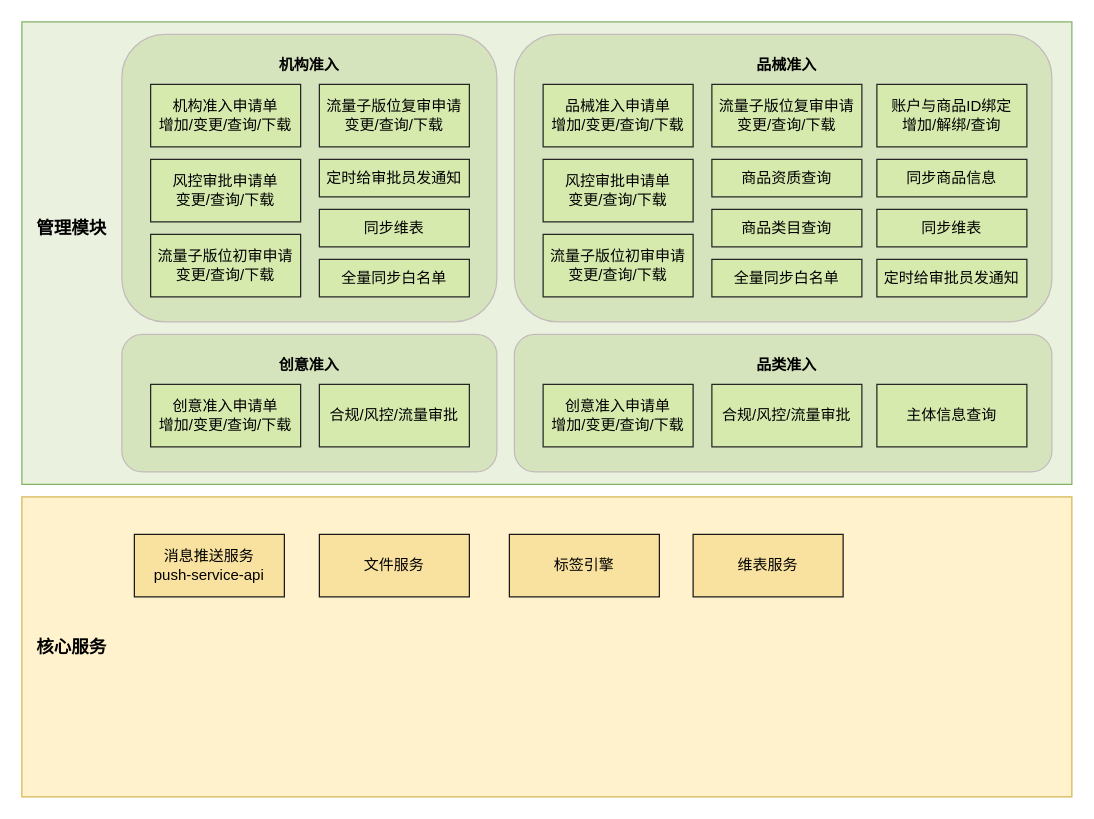
Before: review/准入系统整体架构.drawio in IntronCheng/mydraw, a draw.io diagram. Source tidied: cells renumbered, new cells numbered last; positions are measured from the earlier drawing's top-left corner, leaving out a move shared by most shapes. Both pictures are drawn from the tidied source at 125%, with x=0, y=0 at pixel (21, 21).
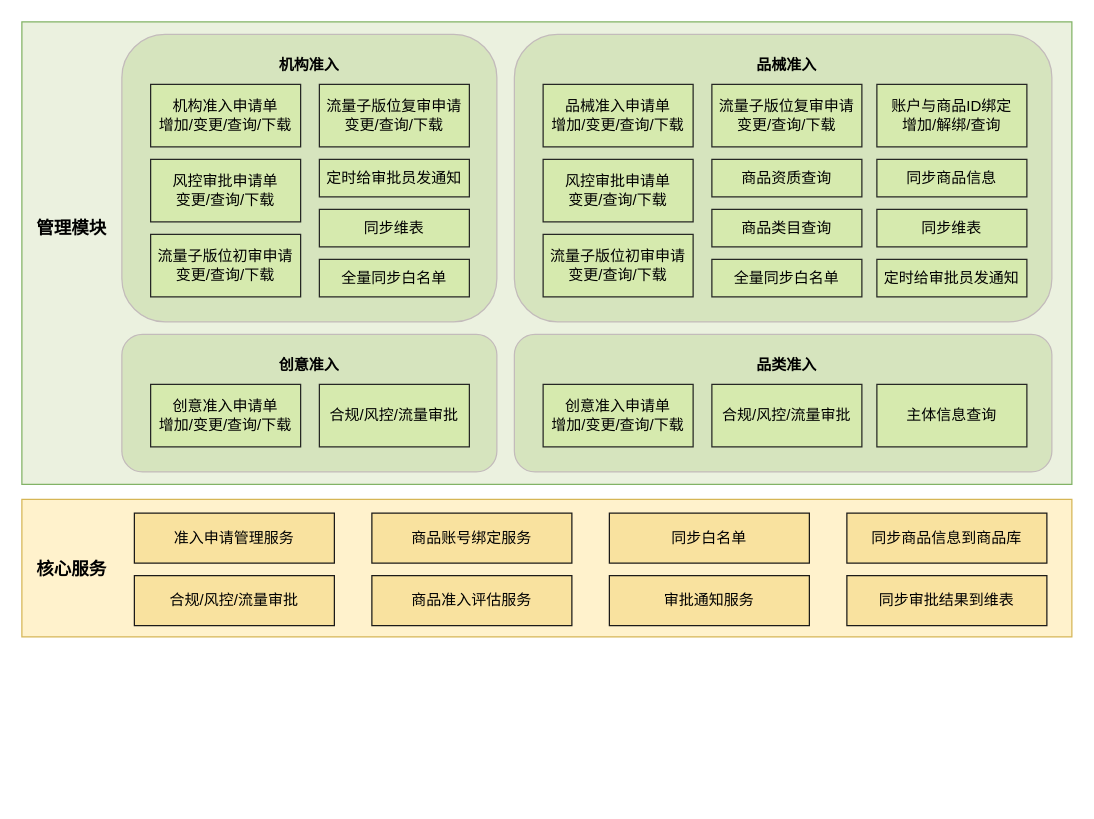
The same page after the edit.

Commit message (it also covers changes not shown here):
更新准入系统整体架构.drawio

What changed in the source:
```diff
@@
     <mxCell id="35" style="rounded=0;whiteSpace=wrap;html=1;fillColor=#fff2cc;strokeColor=#d6b656;" parent="1" vertex="1">
-      <mxGeometry y="380" width="840" height="240" as="geometry" />
+      <mxGeometry y="382" width="840" height="110" as="geometry" />
     </mxCell>
     <mxCell id="36" value="&lt;b&gt;核心服务&lt;/b&gt;" style="text;html=1;strokeColor=none;fillColor=none;align=center;verticalAlign=middle;whiteSpace=wrap;rounded=0;fontSize=14;" parent="1" vertex="1">
-      <mxGeometry x="10" y="485" width="60" height="30" as="geometry" />
+      <mxGeometry x="10" y="423" width="60" height="30" as="geometry" />
     </mxCell>
-    <mxCell id="37" value="消息推送服务&lt;br&gt;&lt;div data-mind-map-text=&quot;[{&amp;quot;paragraphProps&amp;quot;:{&amp;quot;type&amp;quot;:&amp;quot;paragraph&amp;quot;,&amp;quot;textAlign&amp;quot;:0,&amp;quot;lineSpacing&amp;quot;:1.4},&amp;quot;isComplete&amp;quot;:true,&amp;quot;textProps&amp;quot;:[{&amp;quot;type&amp;quot;:&amp;quot;text&amp;quot;,&amp;quot;text&amp;quot;:&amp;quot;push-service-api&amp;quot;,&amp;quot;color&amp;quot;:&amp;quot;#1f1f1f&amp;quot;,&amp;quot;fontWeight&amp;quot;:400,&amp;quot;fontSize&amp;quot;:14,&amp;quot;fontFamily&amp;quot;:&amp;quot;\&amp;quot;Helvetica Neue\&amp;quot;, Helvetica, \&amp;quot;PingFang SC\&amp;quot;, \&amp;quot;Microsoft YaHei\&amp;quot;, \&amp;quot;Source Han Sans SC\&amp;quot;, \&amp;quot;Noto Sans CJK SC\&amp;quot;, \&amp;quot;WenQuanYi Micro Hei\&amp;quot;, sans-serif&amp;quot;,&amp;quot;italic&amp;quot;:false,&amp;quot;underline&amp;quot;:false,&amp;quot;strike&amp;quot;:false}]}]&quot;&gt;push-service-api&lt;/div&gt;" style="rounded=0;whiteSpace=wrap;html=1;fillColor=#f9e29f;strokeColor=#1b1a18;fontStyle=0;" parent="1" vertex="1">
-      <mxGeometry x="90" y="410" width="120" height="50" as="geometry" />
+    <mxCell id="37" value="准入申请管理服务" style="rounded=0;whiteSpace=wrap;html=1;fillColor=#f9e29f;strokeColor=#1b1a18;fontStyle=0;" parent="1" vertex="1">
+      <mxGeometry x="90" y="393" width="160" height="40" as="geometry" />
     </mxCell>
-    <mxCell id="38" value="文件服务" style="rounded=0;whiteSpace=wrap;html=1;fillColor=#f9e29f;strokeColor=#1b1a18;fontStyle=0;" parent="1" vertex="1">
-      <mxGeometry x="238" y="410" width="120" height="50" as="geometry" />
+    <mxCell id="38" value="合规/风控/流量审批" style="rounded=0;whiteSpace=wrap;html=1;fillColor=#f9e29f;strokeColor=#1b1a18;fontStyle=0;" parent="1" vertex="1">
+      <mxGeometry x="90" y="443" width="160" height="40" as="geometry" />
     </mxCell>
-    <mxCell id="39" value="标签引擎" style="rounded=0;whiteSpace=wrap;html=1;fillColor=#f9e29f;strokeColor=#1b1a18;fontStyle=0;" parent="1" vertex="1">
-      <mxGeometry x="390" y="410" width="120" height="50" as="geometry" />
+    <mxCell id="39" value="同步白名单" style="rounded=0;whiteSpace=wrap;html=1;fillColor=#f9e29f;strokeColor=#1b1a18;fontStyle=0;" parent="1" vertex="1">
+      <mxGeometry x="470" y="393" width="160" height="40" as="geometry" />
     </mxCell>
-    <mxCell id="40" value="维表服务" style="rounded=0;whiteSpace=wrap;html=1;fillColor=#f9e29f;strokeColor=#1b1a18;fontStyle=0;" parent="1" vertex="1">
-      <mxGeometry x="537" y="410" width="120" height="50" as="geometry" />
+    <mxCell id="40" value="同步审批结果到维表" style="rounded=0;whiteSpace=wrap;html=1;fillColor=#f9e29f;strokeColor=#1b1a18;fontStyle=0;" parent="1" vertex="1">
+      <mxGeometry x="660" y="443" width="160" height="40" as="geometry" />
     </mxCell>
+    <mxCell id="41" value="审批通知服务" style="rounded=0;whiteSpace=wrap;html=1;fillColor=#f9e29f;strokeColor=#1b1a18;fontStyle=0;" parent="1" vertex="1">
+      <mxGeometry x="470" y="443" width="160" height="40" as="geometry" />
+    </mxCell>
+    <mxCell id="42" value="同步商品信息到商品库" style="rounded=0;whiteSpace=wrap;html=1;fillColor=#f9e29f;strokeColor=#1b1a18;fontStyle=0;" parent="1" vertex="1">
+      <mxGeometry x="660" y="393" width="160" height="40" as="geometry" />
+    </mxCell>
+    <mxCell id="43" value="商品账号绑定服务" style="rounded=0;whiteSpace=wrap;html=1;fillColor=#f9e29f;strokeColor=#1b1a18;fontStyle=0;" parent="1" vertex="1">
+      <mxGeometry x="280" y="393" width="160" height="40" as="geometry" />
+    </mxCell>
+    <mxCell id="44" value="商品准入评估服务" style="rounded=0;whiteSpace=wrap;html=1;fillColor=#f9e29f;strokeColor=#1b1a18;fontStyle=0;" parent="1" vertex="1">
+      <mxGeometry x="280" y="443" width="160" height="40" as="geometry" />
+    </mxCell>
```
